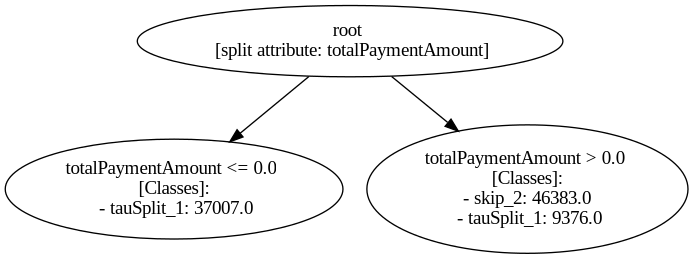
Earlier version of the Graphviz export figures/Road_Traffic_Fine_Management_Process-p_2-1.gv.png (piepor/multiple-paths-decision-mining). Its source is kept beside it as figures/Road_Traffic_Fine_Management_Process-p_2-1.gv.
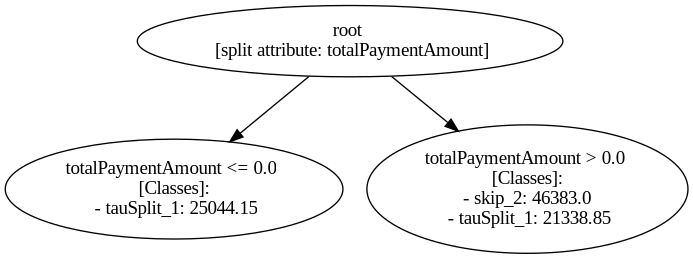
After the change.

The edit, as a diff of the source:
```diff
@@ -1,13 +1,13 @@
 digraph "Road_Traffic_Fine_Management_Process-p_2-1" {
-	"1ed1861a-9ccc-47ea-b603-c226032d511d" [label="root
+	"0e1b8632-7f3f-4abf-b17b-b99a07aa64c3" [label="root
  [split attribute: totalPaymentAmount]"]
-	"19aa7f3b-eeee-4d2e-91a7-bb24300e9c70" [label="totalPaymentAmount <= 0.0
+	"0a9eab9e-44b2-4884-b861-0d1f2d017ed0" [label="totalPaymentAmount <= 0.0
  [Classes]:
- - tauSplit_1: 37007.0"]
-	"1ed1861a-9ccc-47ea-b603-c226032d511d" -> "19aa7f3b-eeee-4d2e-91a7-bb24300e9c70"
-	"83d42256-40dd-4de0-bdcd-13d174a52aa9" [label="totalPaymentAmount > 0.0
+ - tauSplit_1: 25044.15"]
+	"0e1b8632-7f3f-4abf-b17b-b99a07aa64c3" -> "0a9eab9e-44b2-4884-b861-0d1f2d017ed0"
+	"1d442b8b-4b50-486a-9a43-bdd0c47048c1" [label="totalPaymentAmount > 0.0
  [Classes]:
  - skip_2: 46383.0
- - tauSplit_1: 9376.0"]
-	"1ed1861a-9ccc-47ea-b603-c226032d511d" -> "83d42256-40dd-4de0-bdcd-13d174a52aa9"
+ - tauSplit_1: 21338.85"]
+	"0e1b8632-7f3f-4abf-b17b-b99a07aa64c3" -> "1d442b8b-4b50-486a-9a43-bdd0c47048c1"
 }
```
